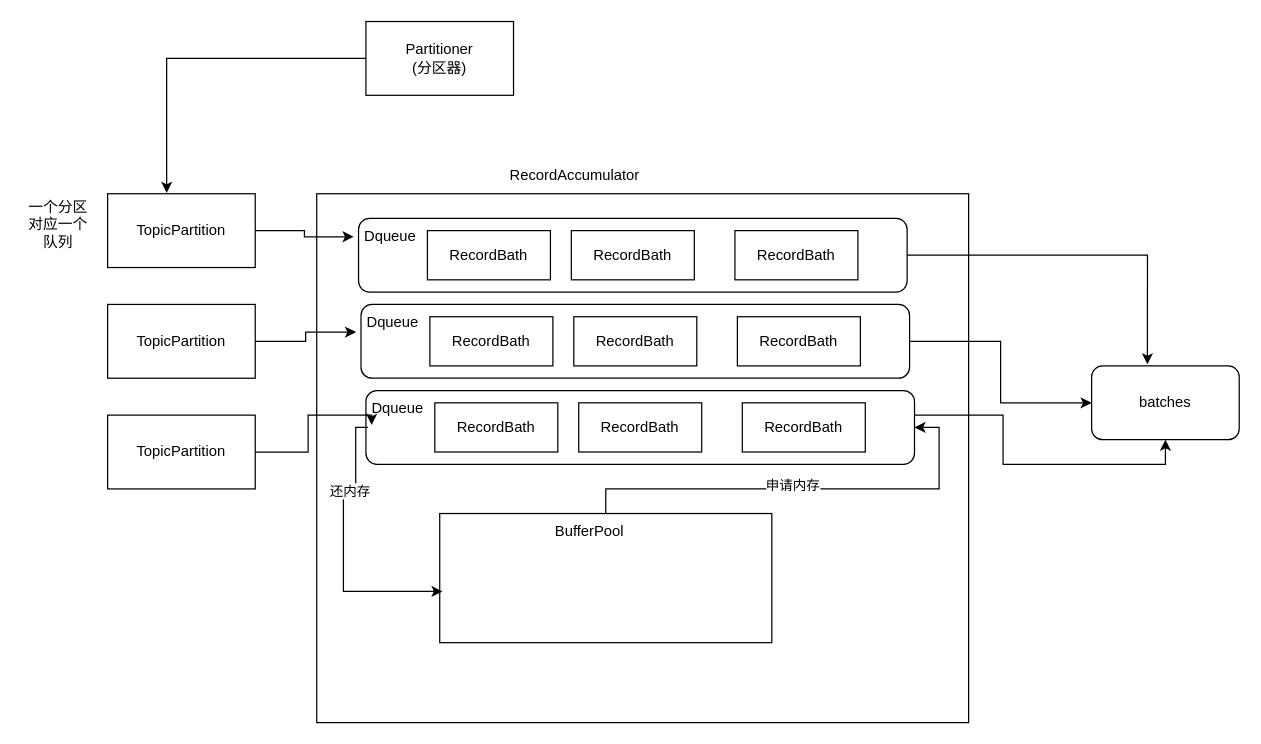
Above: page "RecordAccumulator原理图" (3 of 3) of KAFKA源码.drawio in heyuan-sys/testgit (draw.io), before the change. Source tidied: cells renumbered, new cells numbered last; positions are measured from the earlier drawing's top-left corner, leaving out a move shared by most shapes. Both pictures are drawn from the tidied source at 123%, with x=0, y=0 at pixel (21, 21).
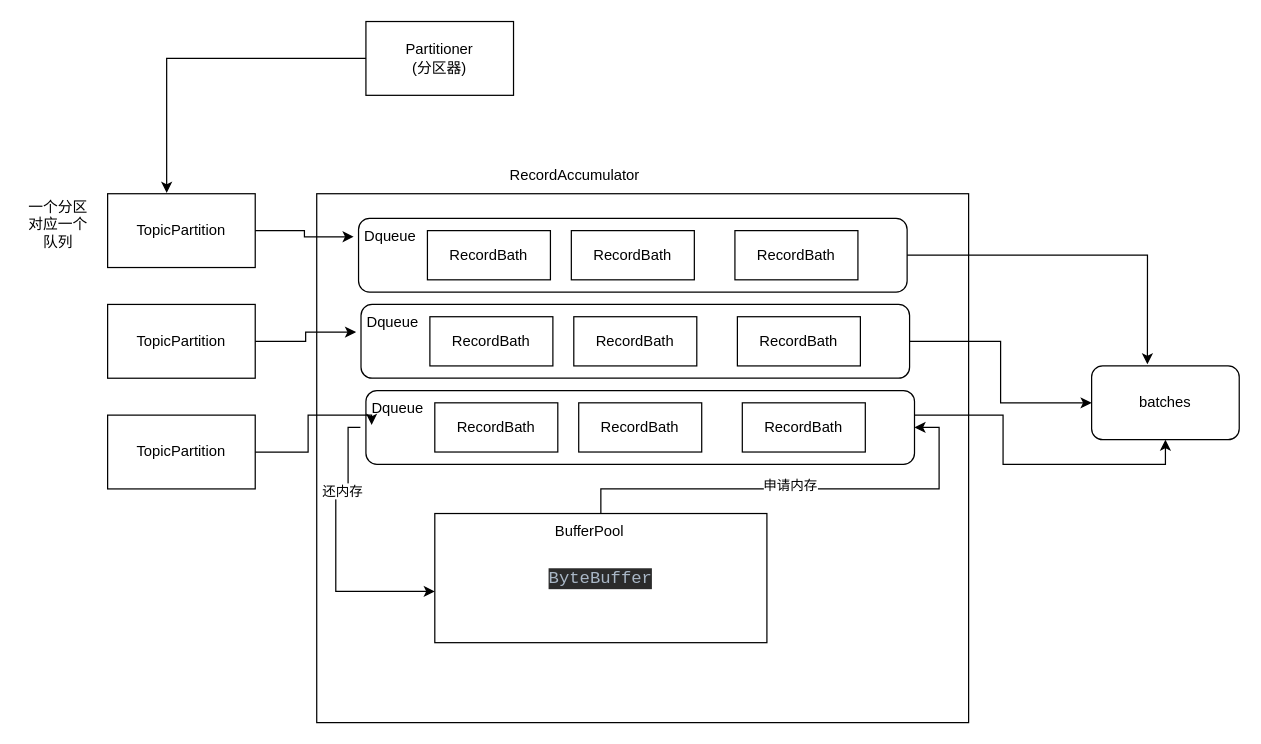
After the change.

The edit, as a diff of the source:
```diff
@@
-    <mxCell id="30" style="rounded=0;whiteSpace=wrap;html=1;" parent="1" vertex="1">
-      <mxGeometry x="340" y="400" width="270" height="105" as="geometry" />
+    <mxCell id="30" value="&lt;div style=&quot;background-color:#2b2b2b;color:#a9b7c6;font-family:'JetBrains Mono',monospace;font-size:10.5pt;&quot;&gt;&lt;pre&gt;ByteBuffer&lt;/pre&gt;&lt;/div&gt;" style="rounded=0;whiteSpace=wrap;html=1;" parent="1" vertex="1">
+      <mxGeometry x="336" y="400" width="270" height="105" as="geometry" />
     </mxCell>
@@
     <mxCell id="33" style="edgeStyle=orthogonalEdgeStyle;rounded=0;orthogonalLoop=1;jettySize=auto;html=1;entryX=0.002;entryY=0.603;entryDx=0;entryDy=0;entryPerimeter=0;" parent="1" edge="1">
       <mxGeometry relative="1" as="geometry">
-        <mxPoint x="281.7" y="330" as="sourcePoint" />
-        <mxPoint x="342.3" y="463.3" as="targetPoint" />
+        <mxPoint x="275.5" y="330" as="sourcePoint" />
+        <mxPoint x="336" y="463.3" as="targetPoint" />
         <Array as="points">
-          <mxPoint x="271.7" y="330" />
-          <mxPoint x="271.7" y="380" />
-          <mxPoint x="261.7" y="380" />
-          <mxPoint x="261.7" y="463" />
+          <mxPoint x="265.5" y="330" />
+          <mxPoint x="265.5" y="380" />
+          <mxPoint x="255.5" y="380" />
+          <mxPoint x="255.5" y="463" />
         </Array>
       </mxGeometry>
     </mxCell>
```
